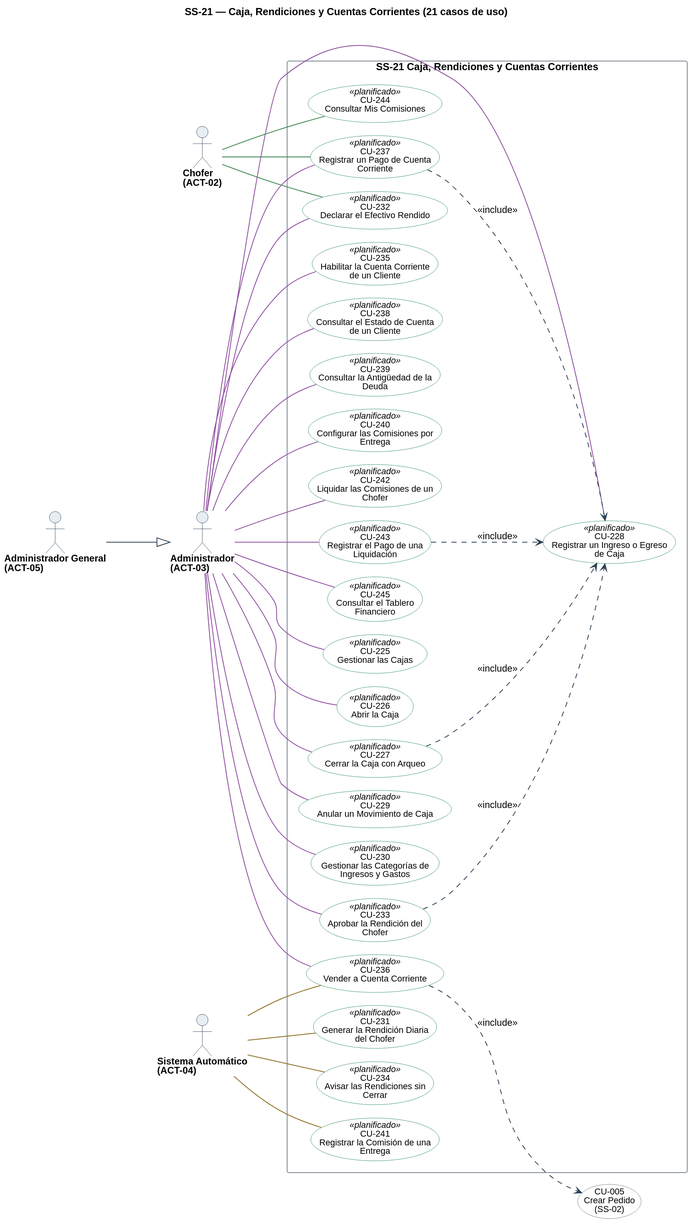
Above: diagramas/uml/CU_SS-21_Caja-Rendiciones-Y-Cuentas-Corrientes.svg in Nahuelito-Dev/splg-docs (PlantUML), before the change.
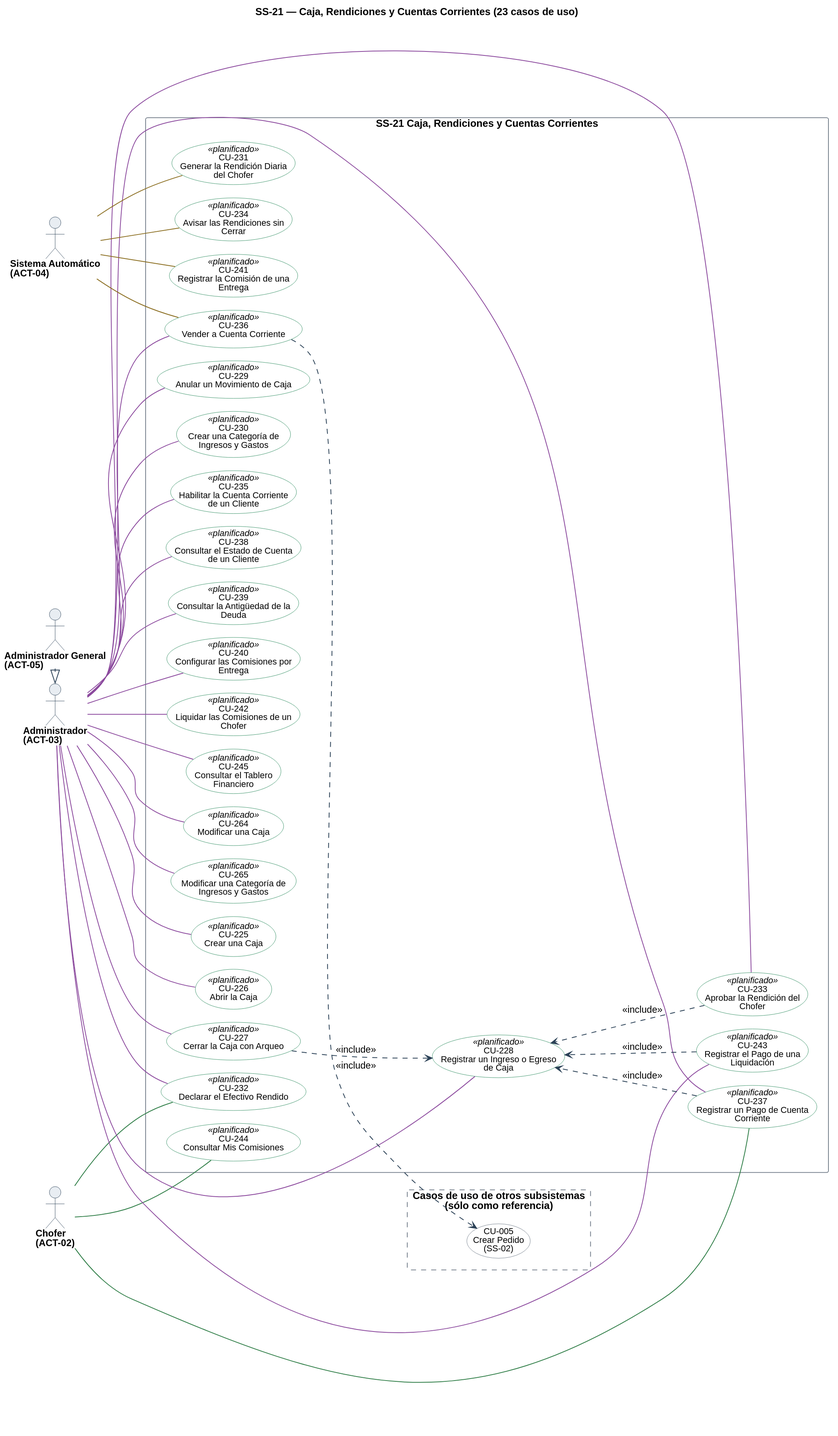
After the change.

Diff of the diagram source:
```diff
@@ -1,5 +1,5 @@
 @startuml
-title SS-21 — Caja, Rendiciones y Cuentas Corrientes (21 casos de uso)
+title SS-21 — Caja, Rendiciones y Cuentas Corrientes (23 casos de uso)
 left to right direction
 skinparam backgroundColor #FFFFFF
 skinparam shadowing false
@@ -40,12 +40,12 @@
 actor "Administrador General\n(ACT-05)" as A05
 
 rectangle "SS-21 Caja, Rendiciones y Cuentas Corrientes" {
-  usecase "CU-225\nGestionar las Cajas" as U225 <<planificado>> #back:FFFFFF;line:2A8A5C
+  usecase "CU-225\nCrear una Caja" as U225 <<planificado>> #back:FFFFFF;line:2A8A5C
   usecase "CU-226\nAbrir la Caja" as U226 <<planificado>> #back:FFFFFF;line:2A8A5C
   usecase "CU-227\nCerrar la Caja con Arqueo" as U227 <<planificado>> #back:FFFFFF;line:2A8A5C
   usecase "CU-228\nRegistrar un Ingreso o Egreso\nde Caja" as U228 <<planificado>> #back:FFFFFF;line:2A8A5C
   usecase "CU-229\nAnular un Movimiento de Caja" as U229 <<planificado>> #back:FFFFFF;line:2A8A5C
-  usecase "CU-230\nGestionar las Categorías de\nIngresos y Gastos" as U230 <<planificado>> #back:FFFFFF;line:2A8A5C
+  usecase "CU-230\nCrear una Categoría de\nIngresos y Gastos" as U230 <<planificado>> #back:FFFFFF;line:2A8A5C
   usecase "CU-231\nGenerar la Rendición Diaria\ndel Chofer" as U231 <<planificado>> #back:FFFFFF;line:2A8A5C
   usecase "CU-232\nDeclarar el Efectivo Rendido" as U232 <<planificado>> #back:FFFFFF;line:2A8A5C
   usecase "CU-233\nAprobar la Rendición del\nChofer" as U233 <<planificado>> #back:FFFFFF;line:2A8A5C
@@ -61,9 +61,13 @@
   usecase "CU-243\nRegistrar el Pago de una\nLiquidación" as U243 <<planificado>> #back:FFFFFF;line:2A8A5C
   usecase "CU-244\nConsultar Mis Comisiones" as U244 <<planificado>> #back:FFFFFF;line:2A8A5C
   usecase "CU-245\nConsultar el Tablero\nFinanciero" as U245 <<planificado>> #back:FFFFFF;line:2A8A5C
+  usecase "CU-264\nModificar una Caja" as U264 <<planificado>> #back:FFFFFF;line:2A8A5C
+  usecase "CU-265\nModificar una Categoría de\nIngresos y Gastos" as U265 <<planificado>> #back:FFFFFF;line:2A8A5C
 }
 
-usecase "CU-005\nCrear Pedido\n(SS-02)" as U005 #back:FFFFFF;line:6B7683
+rectangle "Casos de uso de otros subsistemas\n(sólo como referencia)" as OTROS #back:FFFFFF;line:6B7683;line.dashed {
+  usecase "CU-005\nCrear Pedido\n(SS-02)" as U005 #back:FFFFFF;line:6B7683
+}
 
 A02 -[#2E7D46]- U232
 A02 -[#2E7D46]- U237
@@ -85,15 +89,21 @@
 A03 -[#8C4A9E]- U242
 A03 -[#8C4A9E]- U243
 A03 -[#8C4A9E]- U245
+A03 -[#8C4A9E]- U264
+A03 -[#8C4A9E]- U265
 A04 -[#8A6D1F]- U231
 A04 -[#8A6D1F]- U234
 A04 -[#8A6D1F]- U236
 A04 -[#8A6D1F]- U241
-A05 --|> A03
+A05 -right-|> A03
 
 U227 ..> U228 : <<include>>
 U233 ..> U228 : <<include>>
 U237 ..> U228 : <<include>>
 U243 ..> U228 : <<include>>
 U236 ..> U005 : <<include>>
+U228 -[hidden]-> U227
+U228 -[hidden]-> U233
+U228 -[hidden]-> U237
+U228 -[hidden]-> U243
 @enduml
```
